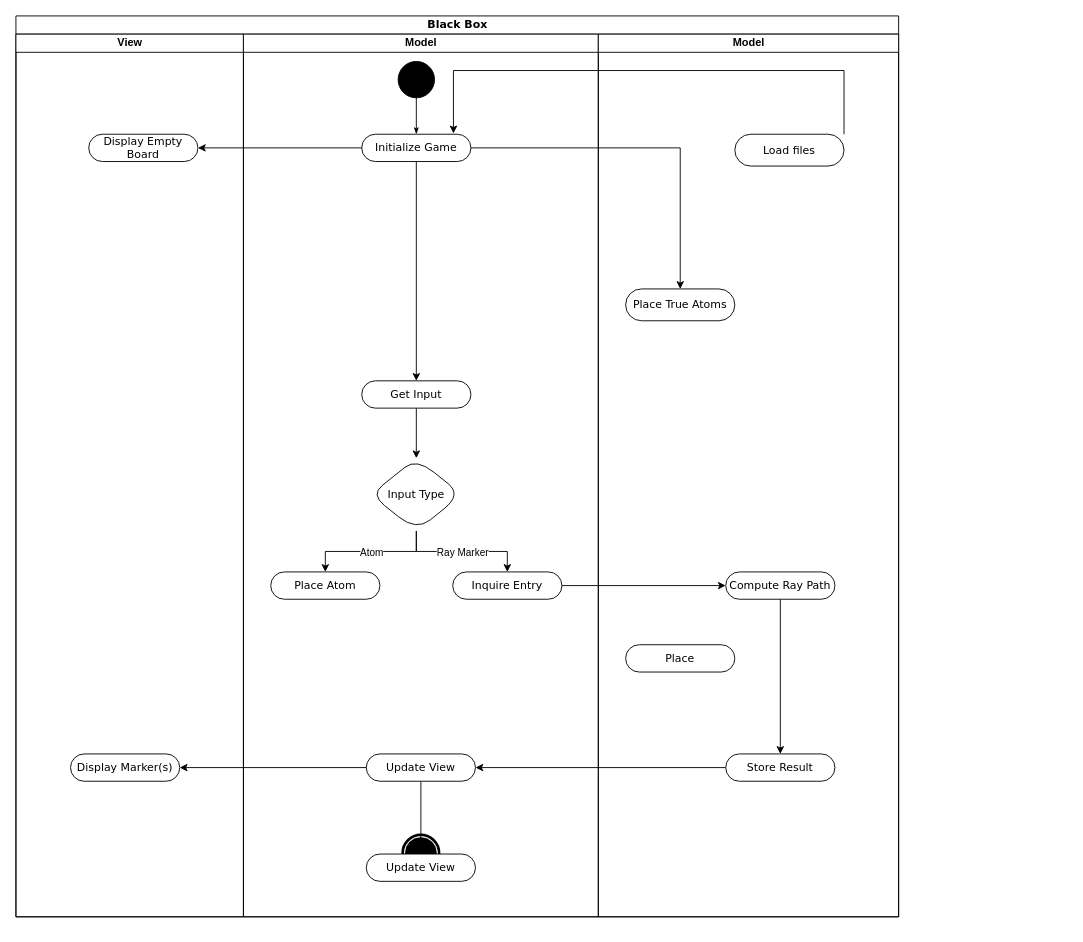
Above: UML-activity-diagram.drawio in Juutar/COMP20050SEP2-1 (draw.io), before the change. Source tidied: cells renumbered, new cells numbered last; positions are measured from the earlier drawing's top-left corner, leaving out a move shared by most shapes. Both pictures are drawn from the tidied source at 91%, with x=0, y=0 at pixel (15, 15).
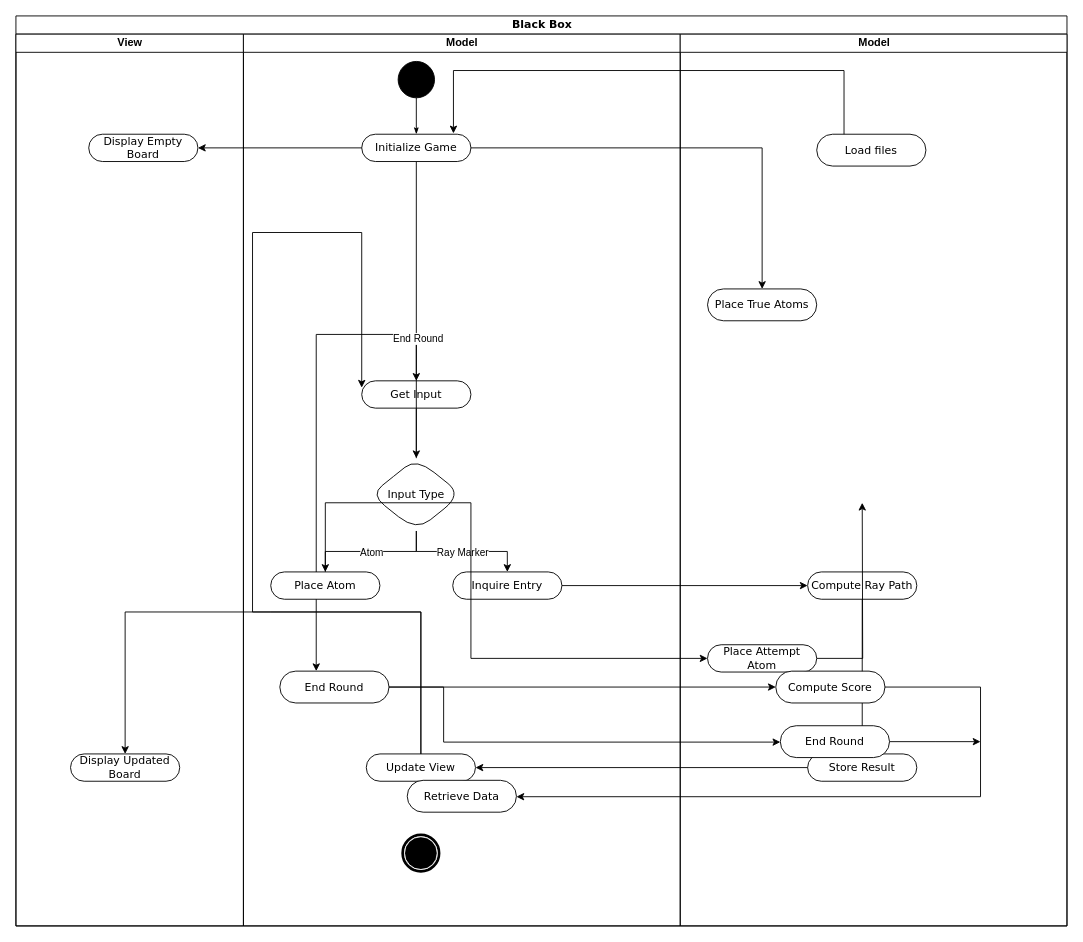
The same diagram, later.

Unchanged cells that the change refers to:
```xml
<mxCell id="12" value="Get Input" style="rounded=1;whiteSpace=wrap;html=1;shadow=0;comic=0;labelBackgroundColor=none;strokeWidth=1;fontFamily=Verdana;fontSize=12;align=center;arcSize=50;" parent="5" vertex="1">
  <mxGeometry x="130" y="381" width="120" height="30" as="geometry" />
</mxCell>
<mxCell id="17" value="Input Type" style="rhombus;whiteSpace=wrap;html=1;fontFamily=Verdana;rounded=1;shadow=0;comic=0;labelBackgroundColor=none;strokeWidth=1;arcSize=50;" parent="5" vertex="1">
  <mxGeometry x="140" y="466" width="100" height="80" as="geometry" />
</mxCell>
<mxCell id="20" value="Update View" style="rounded=1;whiteSpace=wrap;html=1;shadow=0;comic=0;labelBackgroundColor=none;strokeWidth=1;fontFamily=Verdana;fontSize=12;align=center;arcSize=50;" parent="5" vertex="1">
  <mxGeometry x="135" y="791" width="120" height="30" as="geometry" />
</mxCell>
<mxCell id="23" value="Place Atom" style="whiteSpace=wrap;html=1;fontFamily=Verdana;rounded=1;shadow=0;comic=0;labelBackgroundColor=none;strokeWidth=1;arcSize=50;" parent="5" vertex="1">
  <mxGeometry x="30" y="591" width="120" height="30" as="geometry" />
</mxCell>
```

The edit, as a diff of the source:
```diff
@@
     <mxCell id="2" value="Black Box" style="swimlane;html=1;startSize=20;rounded=0;shadow=0;comic=0;labelBackgroundColor=none;strokeWidth=1;fontFamily=Verdana;fontSize=12;align=center;" parent="1" vertex="1">
-      <mxGeometry width="970" height="990" as="geometry" />
+      <mxGeometry width="1155" height="1000" as="geometry" />
     </mxCell>
     <mxCell id="3" value="View" style="swimlane;html=1;startSize=20;" parent="2" vertex="1">
-      <mxGeometry y="20" width="250" height="970" as="geometry" />
+      <mxGeometry y="20" width="250" height="980" as="geometry" />
     </mxCell>
@@
     <mxCell id="5" value="Model" style="swimlane;html=1;startSize=20;" parent="2" vertex="1">
-      <mxGeometry x="250" y="20" width="390" height="970" as="geometry" />
+      <mxGeometry x="250" y="20" width="480" height="980" as="geometry" />
     </mxCell>
@@
+    <mxCell id="37" style="edgeStyle=orthogonalEdgeStyle;rounded=0;jettySize=auto;html=1;" parent="5" edge="1" source="17" target="40">
+      <mxGeometry relative="1" as="geometry">
+        <Array as="points">
+          <mxPoint x="80" y="330" />
+        </Array>
+      </mxGeometry>
+    </mxCell>
+    <mxCell id="38" value="End Round" style="edgeLabel;html=1;align=center;verticalAlign=middle;" parent="37" vertex="1">
+      <mxGeometry x="-0.57" y="-1" relative="1" as="geometry" />
+    </mxCell>
@@
-    <mxCell id="18" value="Display Marker(s)" style="rounded=1;whiteSpace=wrap;html=1;shadow=0;comic=0;labelBackgroundColor=none;strokeWidth=1;fontFamily=Verdana;fontSize=12;align=center;arcSize=50;" parent="5" vertex="1">
+    <mxCell id="18" value="Display Updated Board" style="rounded=1;whiteSpace=wrap;html=1;shadow=0;comic=0;labelBackgroundColor=none;strokeWidth=1;fontFamily=Verdana;fontSize=12;align=center;arcSize=50;" parent="5" vertex="1">
       <mxGeometry x="-190" y="791" width="120" height="30" as="geometry" />
     </mxCell>
-    <mxCell id="19" style="edgeStyle=orthogonalEdgeStyle;rounded=0;jettySize=auto;html=1;" parent="5" edge="1" source="20" target="21">
-      <mxGeometry relative="1" as="geometry" />
-    </mxCell>
+    <mxCell id="39" style="edgeStyle=orthogonalEdgeStyle;rounded=0;jettySize=auto;html=1;entryX=0;entryY=0.25;entryDx=0;entryDy=0;" parent="5" edge="1" source="20" target="12">
+      <mxGeometry relative="1" as="geometry">
+        <Array as="points">
+          <mxPoint x="10" y="635" />
+          <mxPoint x="10" y="218" />
+        </Array>
+      </mxGeometry>
+    </mxCell>
@@
-    <mxCell id="21" value="Update View" style="rounded=1;whiteSpace=wrap;html=1;shadow=0;comic=0;labelBackgroundColor=none;strokeWidth=1;fontFamily=Verdana;fontSize=12;align=center;arcSize=50;" parent="5" vertex="1">
-      <mxGeometry x="135" y="901" width="120" height="30" as="geometry" />
-    </mxCell>
     <mxCell id="22" style="edgeStyle=orthogonalEdgeStyle;rounded=0;jettySize=auto;html=1;" parent="5" edge="1" source="20" target="18">
-      <mxGeometry relative="1" as="geometry" />
+      <mxGeometry relative="1" as="geometry">
+        <Array as="points">
+          <mxPoint x="30" y="635" />
+          <mxPoint x="30" y="635" />
+        </Array>
+      </mxGeometry>
     </mxCell>
@@
+    <mxCell id="40" value="End Round" style="whiteSpace=wrap;html=1;fontFamily=Verdana;rounded=1;shadow=0;comic=0;labelBackgroundColor=none;strokeWidth=1;arcSize=50;" parent="5" vertex="1">
+      <mxGeometry x="40" y="700" width="120" height="35" as="geometry" />
+    </mxCell>
+    <mxCell id="41" value="Retrieve Data" style="whiteSpace=wrap;html=1;fontFamily=Verdana;rounded=1;shadow=0;comic=0;labelBackgroundColor=none;strokeWidth=1;arcSize=50;" parent="5" vertex="1">
+      <mxGeometry x="180" y="820" width="120" height="35" as="geometry" />
+    </mxCell>
     <mxCell id="25" value="Model" style="swimlane;html=1;startSize=20;" parent="2" vertex="1">
-      <mxGeometry x="640" y="20" width="330" height="970" as="geometry" />
+      <mxGeometry x="730" y="20" width="425" height="980" as="geometry" />
     </mxCell>
@@
+    <mxCell id="42" style="edgeStyle=orthogonalEdgeStyle;rounded=0;jettySize=auto;html=1;" parent="25" edge="1" source="30">
+      <mxGeometry relative="1" as="geometry">
+        <mxPoint x="200" y="515" as="targetPoint" />
+      </mxGeometry>
+    </mxCell>
-    <mxCell id="30" value="Place " style="rounded=1;whiteSpace=wrap;html=1;shadow=0;comic=0;labelBackgroundColor=none;strokeWidth=1;fontFamily=Verdana;fontSize=12;align=center;arcSize=50;" parent="25" vertex="1">
+    <mxCell id="30" value="&lt;div&gt;Place Attempt Atom&lt;/div&gt;" style="rounded=1;whiteSpace=wrap;html=1;shadow=0;comic=0;labelBackgroundColor=none;strokeWidth=1;fontFamily=Verdana;fontSize=12;align=center;arcSize=50;" parent="25" vertex="1">
       <mxGeometry x="30" y="671" width="120" height="30" as="geometry" />
     </mxCell>
+    <mxCell id="43" value="Compute Score" style="whiteSpace=wrap;html=1;fontFamily=Verdana;rounded=1;shadow=0;comic=0;labelBackgroundColor=none;strokeWidth=1;arcSize=50;" parent="25" vertex="1">
+      <mxGeometry x="105" y="700" width="120" height="35" as="geometry" />
+    </mxCell>
@@
+    <mxCell id="44" style="edgeStyle=orthogonalEdgeStyle;rounded=0;jettySize=auto;html=1;" parent="25" edge="1" source="45">
+      <mxGeometry relative="1" as="geometry">
+        <mxPoint x="330" y="777.5" as="targetPoint" />
+      </mxGeometry>
+    </mxCell>
+    <mxCell id="45" value="End Round" style="whiteSpace=wrap;html=1;fontFamily=Verdana;rounded=1;shadow=0;comic=0;labelBackgroundColor=none;strokeWidth=1;arcSize=50;" parent="25" vertex="1">
+      <mxGeometry x="110" y="760" width="120" height="35" as="geometry" />
+    </mxCell>
@@
+    <mxCell id="46" style="edgeStyle=orthogonalEdgeStyle;rounded=0;jettySize=auto;html=1;entryX=0;entryY=0.5;entryDx=0;entryDy=0;" parent="2" edge="1" source="23" target="30">
+      <mxGeometry relative="1" as="geometry">
+        <Array as="points">
+          <mxPoint x="500" y="535" />
+        </Array>
+      </mxGeometry>
+    </mxCell>
@@
+    <mxCell id="47" style="edgeStyle=orthogonalEdgeStyle;rounded=0;jettySize=auto;html=1;" parent="2" edge="1" source="40" target="45">
+      <mxGeometry relative="1" as="geometry">
+        <Array as="points">
+          <mxPoint x="470" y="738" />
+          <mxPoint x="470" y="798" />
+        </Array>
+      </mxGeometry>
+    </mxCell>
+    <mxCell id="48" style="edgeStyle=orthogonalEdgeStyle;rounded=0;jettySize=auto;html=1;exitX=1;exitY=0.5;exitDx=0;exitDy=0;" parent="2" edge="1" source="40" target="43">
+      <mxGeometry relative="1" as="geometry" />
+    </mxCell>
+    <mxCell id="49" style="edgeStyle=orthogonalEdgeStyle;rounded=0;jettySize=auto;html=1;" parent="2" edge="1" source="43" target="41">
+      <mxGeometry relative="1" as="geometry">
+        <Array as="points">
+          <mxPoint x="1060" y="738" />
+          <mxPoint x="1060" y="858" />
+        </Array>
+      </mxGeometry>
+    </mxCell>
```
